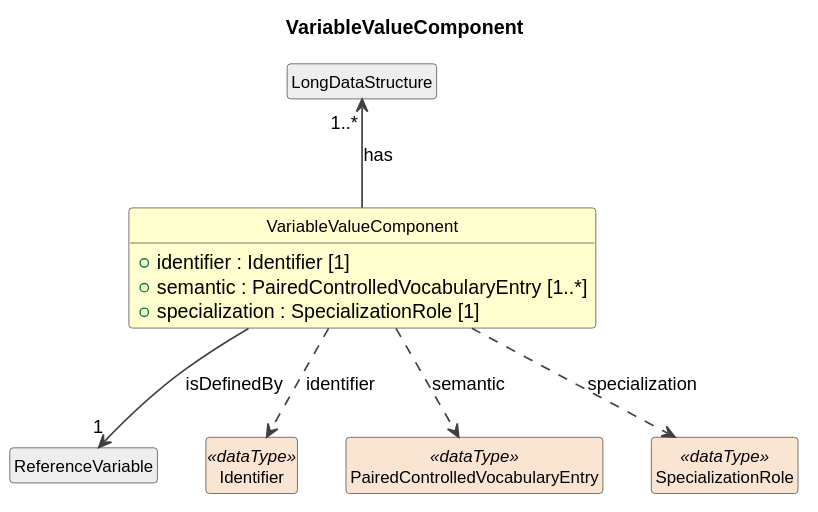
Above: build/field-level-documentation/CDIFDataStructure/Classes/VariableValueComponent.svg in Cross-Domain-Interoperability-Framework/metadataBuildingBlocks (PlantUML), before the change. Source of this version:
```plantuml
@startuml
title VariableValueComponent
hide circle
hide empty members
skinparam shadowing false
skinparam ArrowThickness 1.2
skinparam class {
  ArrowColor #404040
  BorderColor #404040
  FontSize 12
}

class "VariableValueComponent" as VariableValueComponent #FEFECE {
  +identifier : Identifier [1]
  +semantic : PairedControlledVocabularyEntry [1..*]
  +specialization : SpecializationRole [1]
}
class "LongDataStructure" as LongDataStructure #EEEEEE
LongDataStructure "1..*" <-- VariableValueComponent : has
class "ReferenceVariable" as ReferenceVariable #EEEEEE
VariableValueComponent --> "1" ReferenceVariable : isDefinedBy
class "Identifier" as Identifier <<dataType>> #FAE5D3
VariableValueComponent ..> Identifier : identifier
class "PairedControlledVocabularyEntry" as PairedControlledVocabularyEntry <<dataType>> #FAE5D3
VariableValueComponent ..> PairedControlledVocabularyEntry : semantic
class "SpecializationRole" as SpecializationRole <<dataType>> #FAE5D3
VariableValueComponent ..> SpecializationRole : specialization
@enduml
```
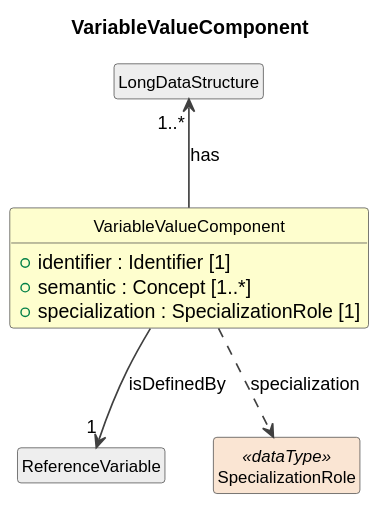
Later version of the same file.

The edit, as a diff of the source:
```diff
@@ -12,17 +12,13 @@
 
 class "VariableValueComponent" as VariableValueComponent #FEFECE {
   +identifier : Identifier [1]
-  +semantic : PairedControlledVocabularyEntry [1..*]
+  +semantic : Concept [1..*]
   +specialization : SpecializationRole [1]
 }
 class "LongDataStructure" as LongDataStructure #EEEEEE
 LongDataStructure "1..*" <-- VariableValueComponent : has
 class "ReferenceVariable" as ReferenceVariable #EEEEEE
 VariableValueComponent --> "1" ReferenceVariable : isDefinedBy
-class "Identifier" as Identifier <<dataType>> #FAE5D3
-VariableValueComponent ..> Identifier : identifier
-class "PairedControlledVocabularyEntry" as PairedControlledVocabularyEntry <<dataType>> #FAE5D3
-VariableValueComponent ..> PairedControlledVocabularyEntry : semantic
 class "SpecializationRole" as SpecializationRole <<dataType>> #FAE5D3
 VariableValueComponent ..> SpecializationRole : specialization
 @enduml
```
